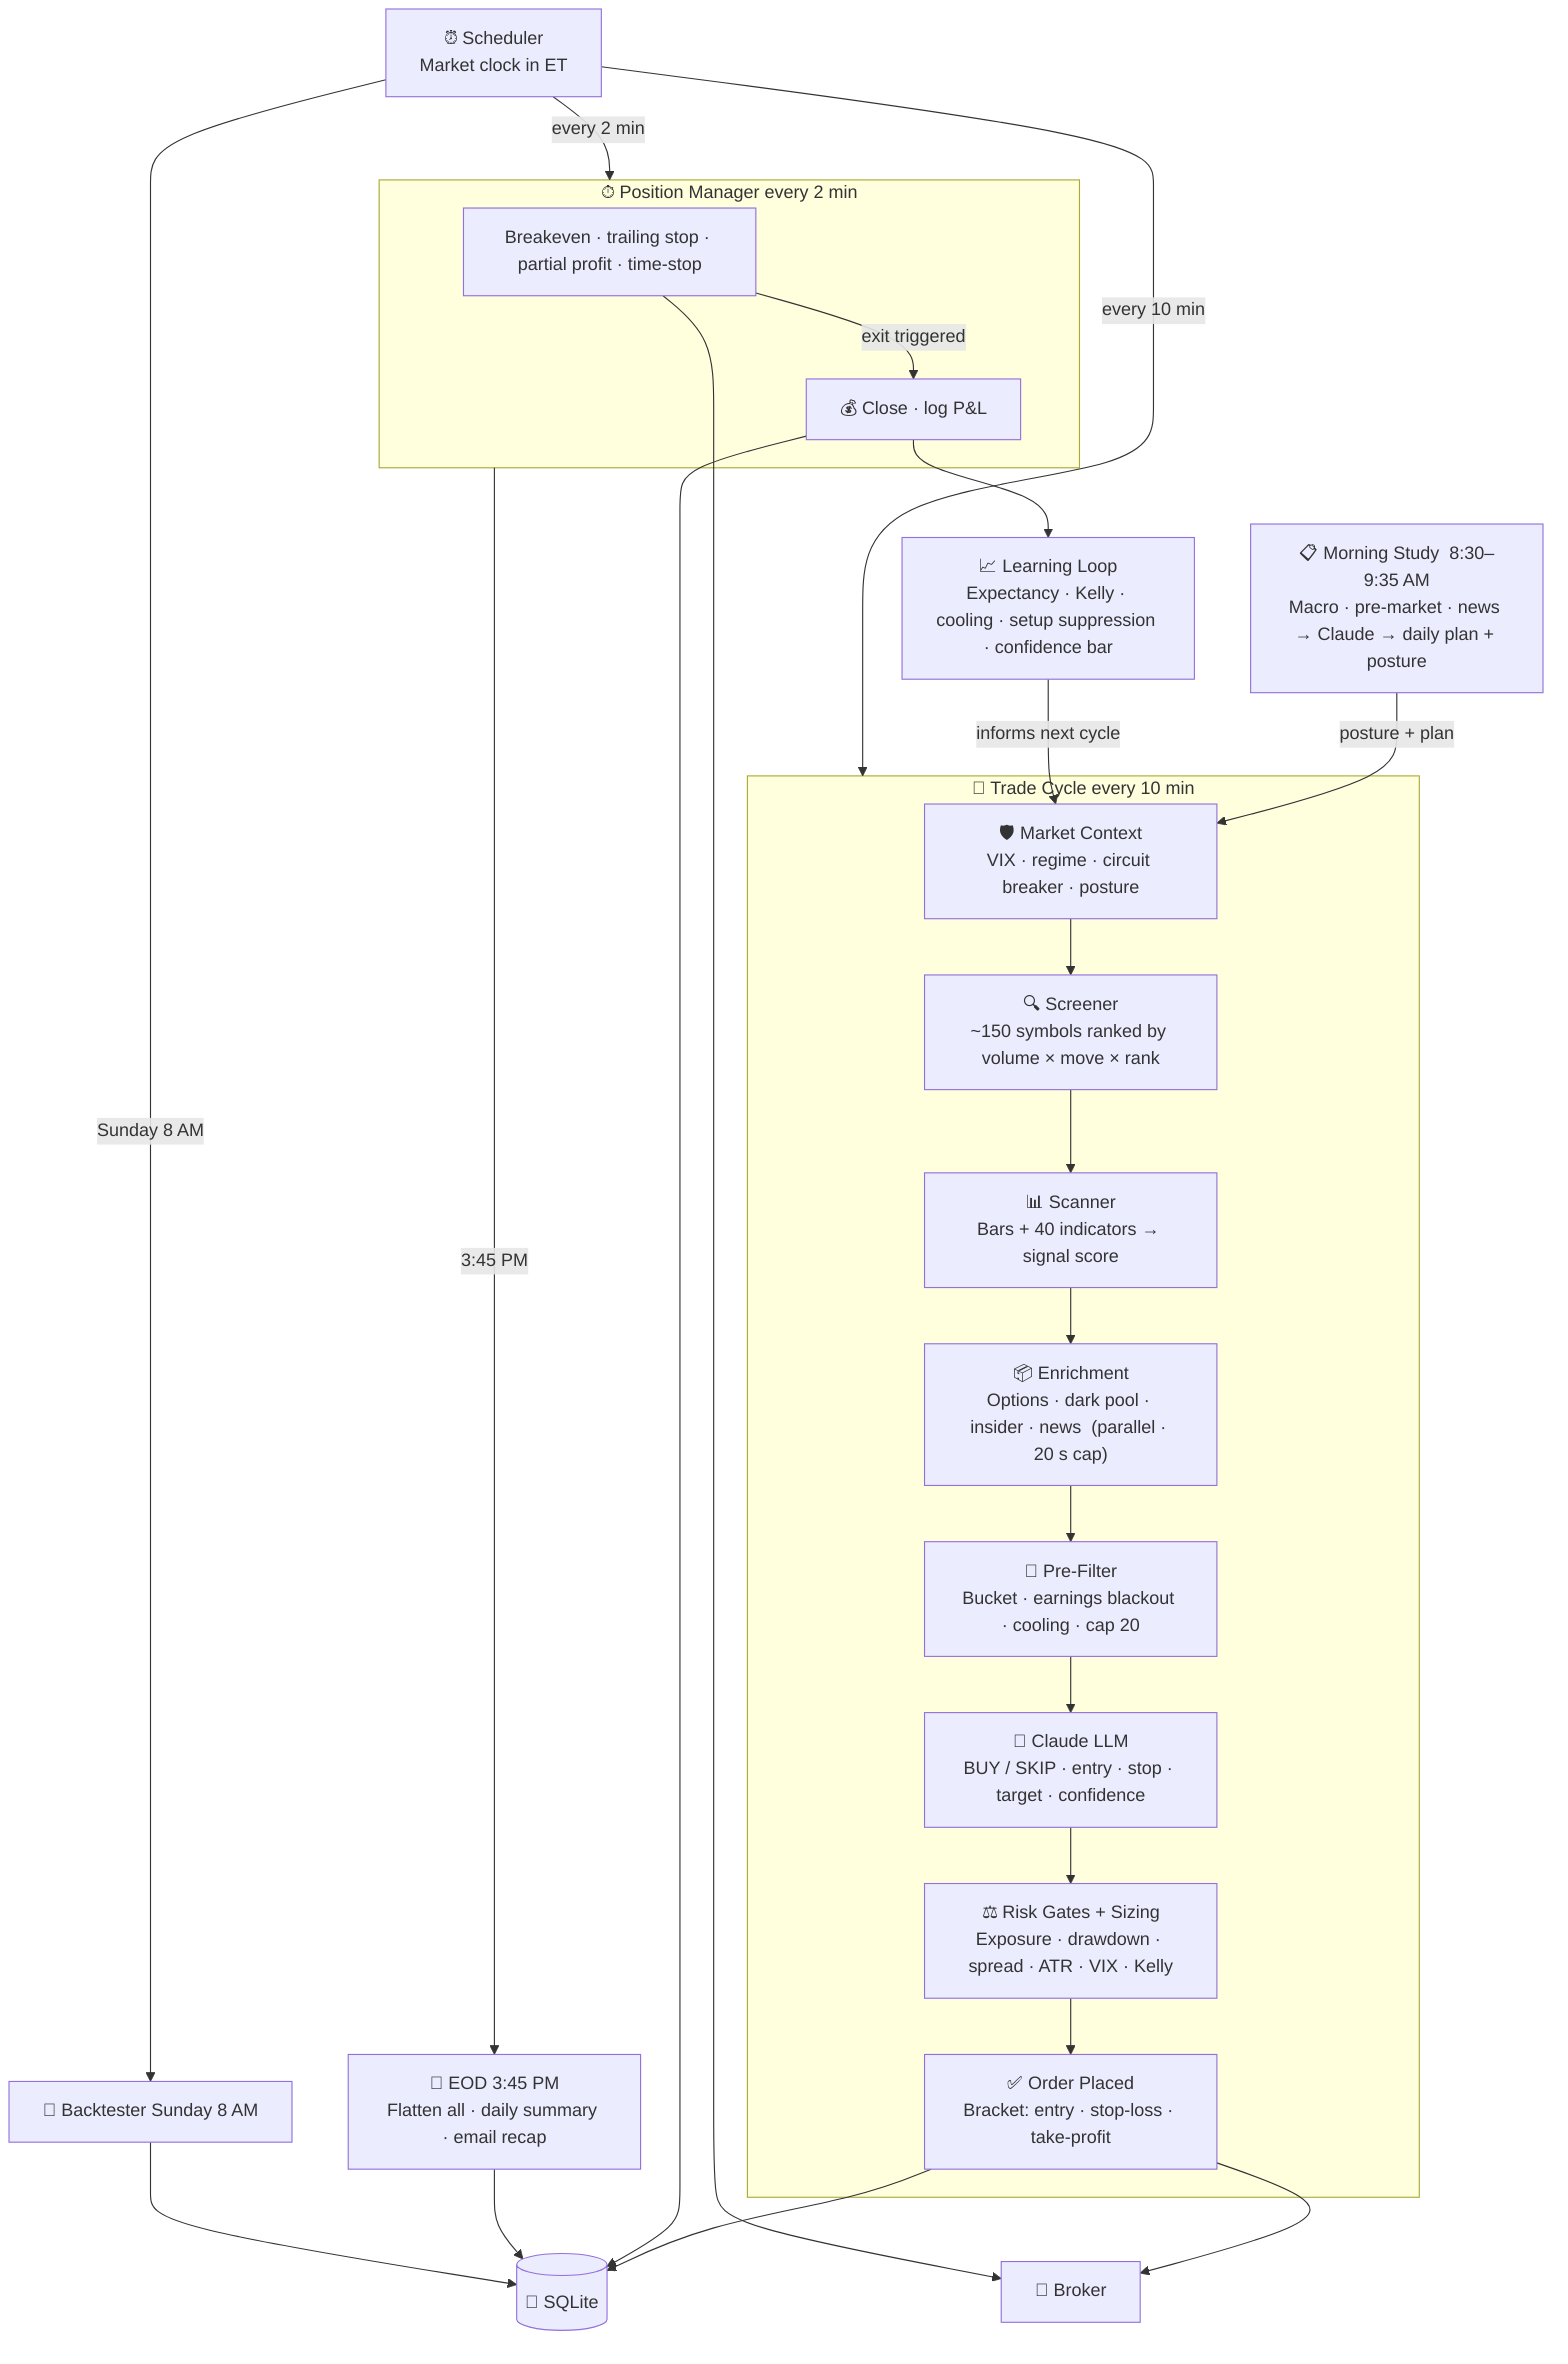
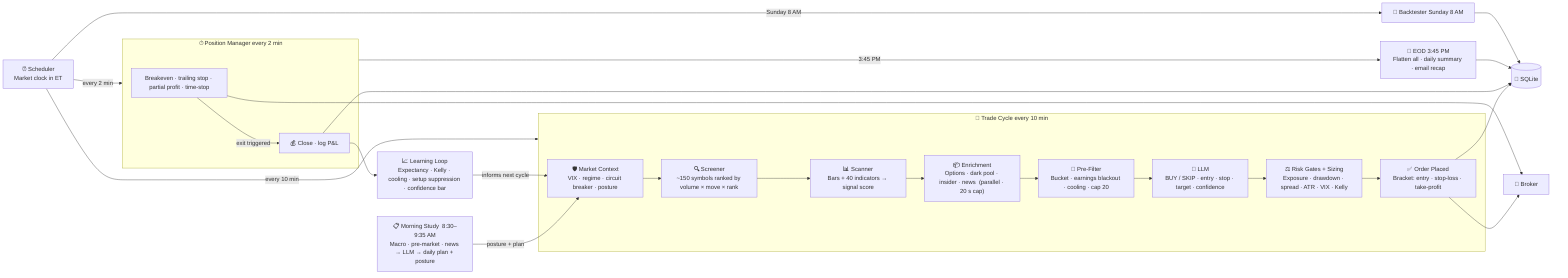
- flowchart TD
+ flowchart LR

  SCHED["⏰ Scheduler\nMarket clock in ET"]

-   MORNING["📋 Morning Study  8:30–9:35 AM\nMacro · pre-market · news → Claude → daily plan + posture"]
+   MORNING["📋 Morning Study  8:30–9:35 AM\nMacro · pre-market · news → LLM → daily plan + posture"]

  subgraph CYCLE["🔄 Trade Cycle  every 10 min"]
    GUARD["🛡️ Market Context\nVIX · regime · circuit breaker · posture"]
    SCREEN["🔍 Screener\n~150 symbols ranked by volume × move × rank"]
    SCAN["📊 Scanner\nBars + 40 indicators → signal score"]
    ENRICH["📦 Enrichment\nOptions · dark pool · insider · news  (parallel · 20 s cap)"]
    PREFILTER["🔎 Pre-Filter\nBucket · earnings blackout · cooling · cap 20"]
-     AI["🤖 Claude LLM\nBUY / SKIP · entry · stop · target · confidence"]
+     AI["🤖 LLM\nBUY / SKIP · entry · stop · target · confidence"]
    RISK["⚖️ Risk Gates + Sizing\nExposure · drawdown · spread · ATR · VIX · Kelly"]
    ORDER["✅ Order Placed\nBracket: entry · stop-loss · take-profit"]
    GUARD --> SCREEN --> SCAN --> ENRICH --> PREFILTER --> AI --> RISK --> ORDER
  end

  subgraph PM["⏱ Position Manager  every 2 min"]
    MONITOR["Breakeven · trailing stop · partial profit · time-stop"]
    CLOSE["💰 Close · log P&L"]
    MONITOR -->|"exit triggered"| CLOSE
  end

  LEARN["📈 Learning Loop\nExpectancy · Kelly · cooling · setup suppression · confidence bar"]
  EOD["🏁 EOD 3:45 PM\nFlatten all · daily summary · email recap"]

  DB[("💾 SQLite")]
  BROKER["🏦 Broker"]
  BACKTEST["🔬 Backtester  Sunday 8 AM"]

  SCHED -->|"every 10 min"| CYCLE
  SCHED -->|"every 2 min"| PM
  SCHED -->|"Sunday 8 AM"| BACKTEST
  MORNING -->|"posture + plan"| GUARD
  ORDER --> BROKER
  ORDER --> DB
  MONITOR --> BROKER
  CLOSE --> DB
  CLOSE --> LEARN
  LEARN -->|"informs next cycle"| GUARD
  PM -->|"3:45 PM"| EOD
  EOD --> DB
  BACKTEST --> DB
